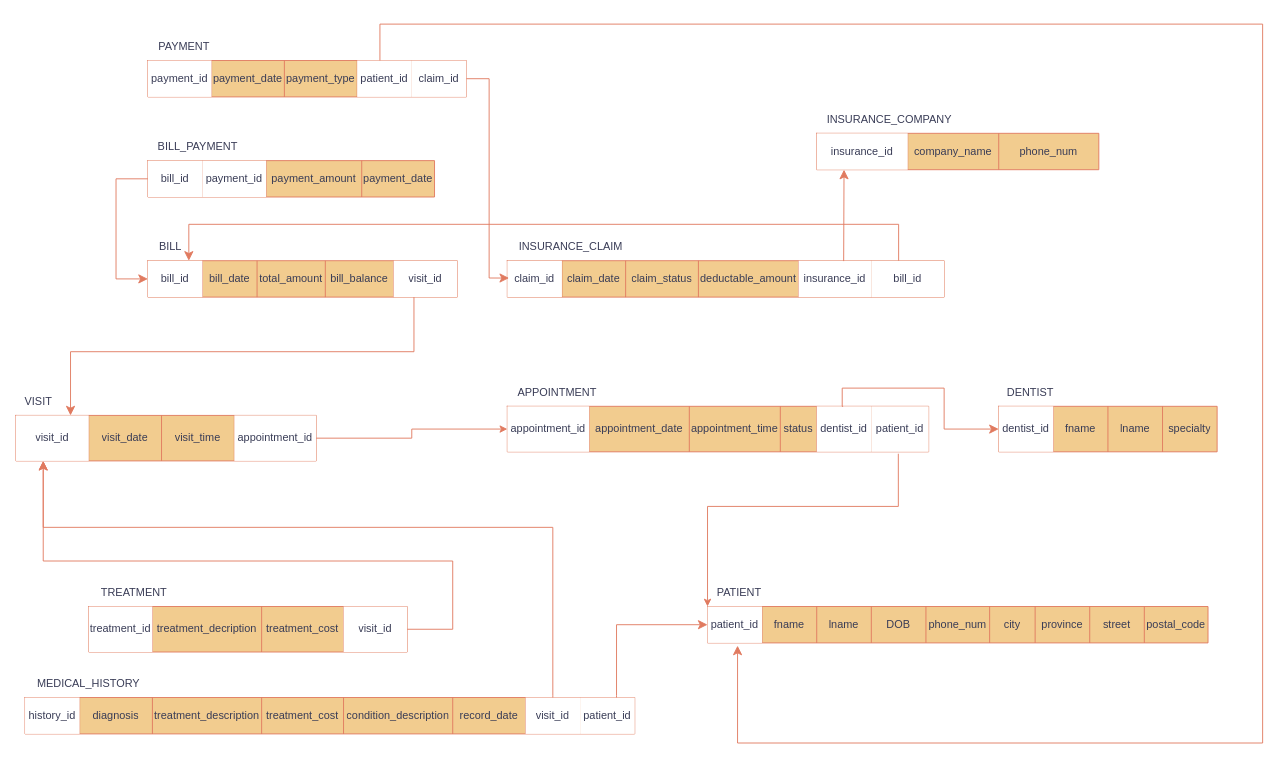
The draw.io diagram page "Logical Schema" (3 of 3) of DB - Final Project - ERD, Revised ERD, Logica Schema.drawio in 23Parzival/DB-Final-Project, before the edit. Source tidied: cells renumbered, new cells numbered last; positions are measured from the earlier drawing's top-left corner, leaving out a move shared by most shapes. Both pictures are drawn from the tidied source at 91%, with x=0, y=0 at pixel (15, 24).
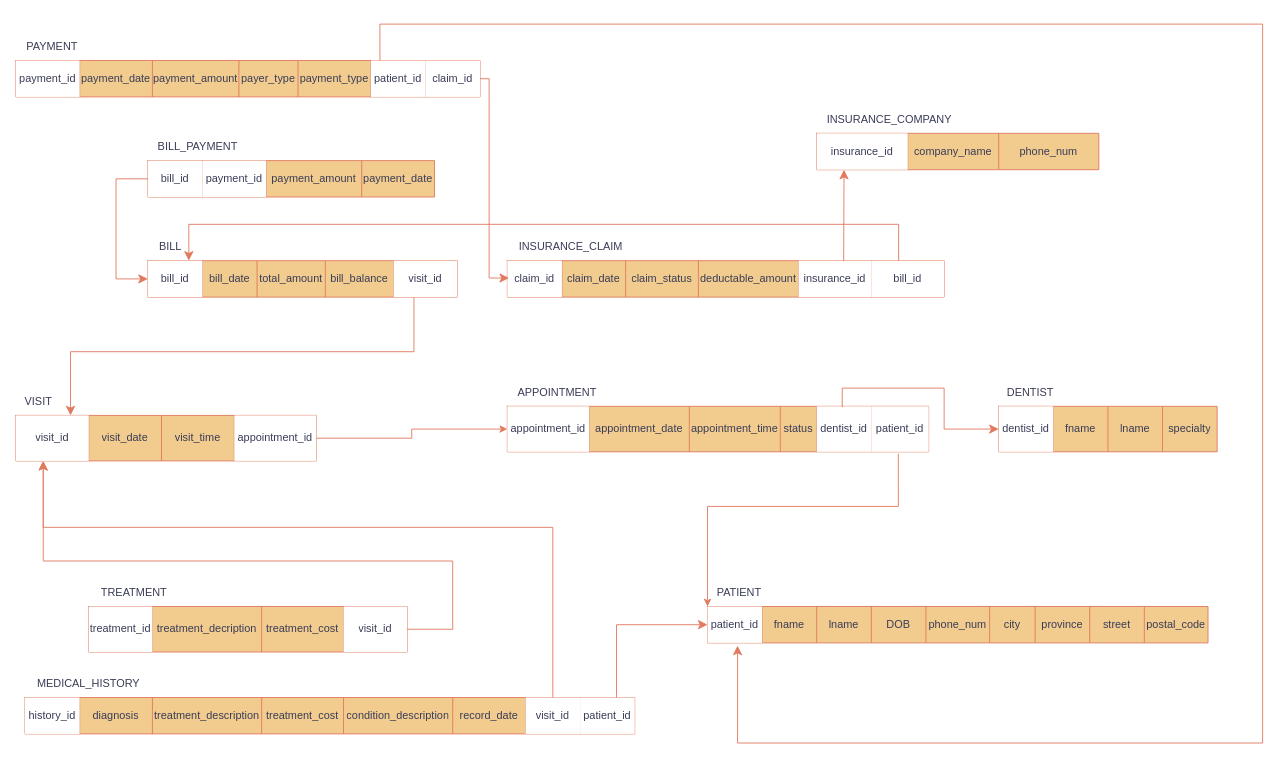
Above is the later version.

What changed in the source:
```diff
@@
     <mxCell id="67" style="shape=table;startSize=0;childLayout=tableLayout;labelBackgroundColor=none;fillColor=#F2CC8F;strokeColor=#E07A5F;fontColor=#393C56;" parent="1" vertex="1">
-      <mxGeometry x="145" y="40" width="350" height="40" as="geometry" />
+      <mxGeometry y="40" width="510" height="40" as="geometry" />
     </mxCell>
     <mxCell id="68" style="shape=tableRow;horizontal=0;startSize=0;swimlaneHead=0;swimlaneBody=0;strokeColor=#E07A5F;top=0;left=0;bottom=0;right=0;fillColor=none;labelBackgroundColor=none;fontColor=#393C56;" parent="67" vertex="1">
-      <mxGeometry width="350" height="40" as="geometry" />
+      <mxGeometry width="510" height="40" as="geometry" />
     </mxCell>
@@
+    <mxCell id="105" value="payment_amount" style="shape=partialRectangle;html=1;whiteSpace=wrap;strokeColor=#E07A5F;overflow=hidden;fillColor=none;top=0;left=0;bottom=0;right=0;labelBackgroundColor=none;fontColor=#393C56;" parent="68" vertex="1">
+      <mxGeometry x="150" width="95" height="40" as="geometry" />
+    </mxCell>
+    <mxCell id="106" value="payer_type" style="shape=partialRectangle;html=1;whiteSpace=wrap;strokeColor=#E07A5F;overflow=hidden;fillColor=none;top=0;left=0;bottom=0;right=0;labelBackgroundColor=none;fontColor=#393C56;" parent="68" vertex="1">
+      <mxGeometry x="245" width="65" height="40" as="geometry" />
+    </mxCell>
     <mxCell id="71" value="payment_type" style="shape=partialRectangle;html=1;whiteSpace=wrap;strokeColor=#E07A5F;overflow=hidden;fillColor=none;top=0;left=0;bottom=0;right=0;labelBackgroundColor=none;fontColor=#393C56;" parent="68" vertex="1">
-      <mxGeometry x="150" width="80" height="40" as="geometry" />
+      <mxGeometry x="310" width="80" height="40" as="geometry" />
     </mxCell>
     <mxCell id="72" value="patient_id" style="shape=partialRectangle;html=1;whiteSpace=wrap;strokeColor=light-dark(#E07A5F,#994C00);overflow=hidden;fillColor=light-dark(#FFFFFF,#994C00);top=0;left=0;bottom=0;right=0;labelBackgroundColor=none;fontColor=#393C56;" parent="68" vertex="1">
-      <mxGeometry x="230" width="60" height="40" as="geometry" />
+      <mxGeometry x="390" width="60" height="40" as="geometry" />
     </mxCell>
     <mxCell id="73" value="claim_id" style="shape=partialRectangle;html=1;whiteSpace=wrap;strokeColor=#E07A5F;overflow=hidden;fillColor=light-dark(#FFFFFF,#994C00);top=0;left=0;bottom=0;right=0;labelBackgroundColor=none;fontColor=#393C56;" parent="68" vertex="1">
-      <mxGeometry x="290" width="60" height="40" as="geometry" />
+      <mxGeometry x="450" width="60" height="40" as="geometry" />
     </mxCell>
     <mxCell id="74" value="PAYMENT" style="text;html=1;whiteSpace=wrap;strokeColor=none;fillColor=none;align=center;verticalAlign=middle;rounded=0;labelBackgroundColor=none;fontColor=#393C56;" parent="1" vertex="1">
-      <mxGeometry x="145" y="10" width="80" height="30" as="geometry" />
+      <mxGeometry y="10" width="80" height="30" as="geometry" />
     </mxCell>
```
